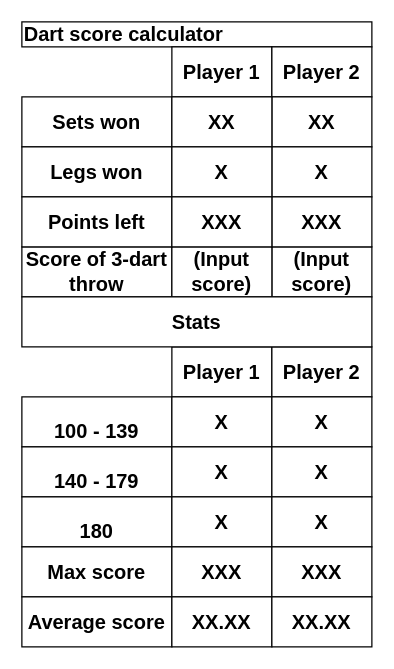
This is schemes/score_calculator_GUI_sketch.drawio from KostasEreksonas/Dart_scoreboard, a draw.io file, before an edit. Source tidied: cells renumbered, new cells numbered last; positions are measured from the earlier drawing's top-left corner, leaving out a move shared by most shapes. Both pictures are drawn from the tidied source at 125%, with x=0, y=0 at pixel (21, 21).
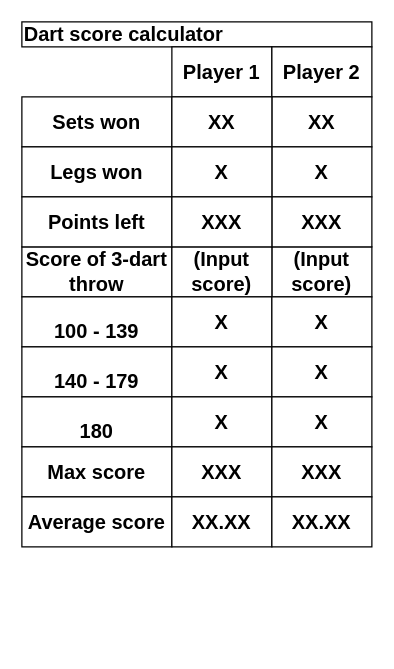
The same diagram, later.

Commit message:
Updated sketch of a scoreboard's GUI and uploaded a drawio file

Diff of the diagram source:
```diff
@@
-    <mxCell id="17" value="&lt;b&gt;&lt;font style=&quot;font-size: 16px&quot;&gt;Player 1&lt;/font&gt;&lt;/b&gt;" style="rounded=0;whiteSpace=wrap;html=1;" parent="1" vertex="1">
-      <mxGeometry x="120" y="260" width="80" height="40" as="geometry" />
-    </mxCell>
-    <mxCell id="18" value="&lt;b&gt;&lt;font style=&quot;font-size: 16px&quot;&gt;Player 2&lt;br&gt;&lt;/font&gt;&lt;/b&gt;" style="rounded=0;whiteSpace=wrap;html=1;" parent="1" vertex="1">
-      <mxGeometry x="200" y="260" width="80" height="40" as="geometry" />
-    </mxCell>
     <mxCell id="19" value="&lt;br&gt;&lt;b&gt;&lt;font style=&quot;font-size: 16px&quot;&gt;100 - 139&lt;br&gt;&lt;/font&gt;&lt;/b&gt;" style="rounded=0;whiteSpace=wrap;html=1;" parent="1" vertex="1">
-      <mxGeometry y="300" width="120" height="40" as="geometry" />
+      <mxGeometry y="220" width="120" height="40" as="geometry" />
     </mxCell>
     <mxCell id="20" value="&lt;br&gt;&lt;b&gt;&lt;font style=&quot;font-size: 16px&quot;&gt;140 - 179&lt;br&gt;&lt;/font&gt;&lt;/b&gt;" style="rounded=0;whiteSpace=wrap;html=1;" parent="1" vertex="1">
-      <mxGeometry y="340" width="120" height="40" as="geometry" />
+      <mxGeometry y="260" width="120" height="40" as="geometry" />
     </mxCell>
     <mxCell id="21" value="&lt;br&gt;&lt;b&gt;&lt;font style=&quot;font-size: 16px&quot;&gt;180&lt;/font&gt;&lt;/b&gt;" style="rounded=0;whiteSpace=wrap;html=1;" parent="1" vertex="1">
-      <mxGeometry y="380" width="120" height="40" as="geometry" />
+      <mxGeometry y="300" width="120" height="40" as="geometry" />
     </mxCell>
     <mxCell id="22" value="&lt;font style=&quot;font-size: 16px&quot;&gt;&lt;b&gt;X&lt;/b&gt;&lt;/font&gt;" style="rounded=0;whiteSpace=wrap;html=1;" parent="1" vertex="1">
-      <mxGeometry x="120" y="300" width="80" height="40" as="geometry" />
+      <mxGeometry x="120" y="220" width="80" height="40" as="geometry" />
     </mxCell>
     <mxCell id="23" value="&lt;font style=&quot;font-size: 16px&quot;&gt;&lt;b&gt;X&lt;/b&gt;&lt;/font&gt;" style="rounded=0;whiteSpace=wrap;html=1;" parent="1" vertex="1">
-      <mxGeometry x="200" y="300" width="80" height="40" as="geometry" />
+      <mxGeometry x="200" y="220" width="80" height="40" as="geometry" />
     </mxCell>
     <mxCell id="24" value="&lt;font style=&quot;font-size: 16px&quot;&gt;&lt;b&gt;X&lt;/b&gt;&lt;/font&gt;" style="rounded=0;whiteSpace=wrap;html=1;" parent="1" vertex="1">
-      <mxGeometry x="120" y="340" width="80" height="40" as="geometry" />
+      <mxGeometry x="120" y="260" width="80" height="40" as="geometry" />
     </mxCell>
     <mxCell id="25" value="&lt;font style=&quot;font-size: 16px&quot;&gt;&lt;b&gt;X&lt;/b&gt;&lt;/font&gt;" style="rounded=0;whiteSpace=wrap;html=1;" parent="1" vertex="1">
-      <mxGeometry x="200" y="340" width="80" height="40" as="geometry" />
+      <mxGeometry x="200" y="260" width="80" height="40" as="geometry" />
     </mxCell>
     <mxCell id="26" value="&lt;font style=&quot;font-size: 16px&quot;&gt;&lt;b&gt;X&lt;/b&gt;&lt;/font&gt;" style="rounded=0;whiteSpace=wrap;html=1;" parent="1" vertex="1">
-      <mxGeometry x="120" y="380" width="80" height="40" as="geometry" />
+      <mxGeometry x="120" y="300" width="80" height="40" as="geometry" />
     </mxCell>
     <mxCell id="27" value="&lt;font style=&quot;font-size: 16px&quot;&gt;&lt;b&gt;X&lt;/b&gt;&lt;/font&gt;" style="rounded=0;whiteSpace=wrap;html=1;" parent="1" vertex="1">
-      <mxGeometry x="200" y="380" width="80" height="40" as="geometry" />
+      <mxGeometry x="200" y="300" width="80" height="40" as="geometry" />
     </mxCell>
-    <mxCell id="28" value="&lt;font style=&quot;font-size: 16px&quot;&gt;&lt;b&gt;Stats&lt;/b&gt;&lt;/font&gt;" style="rounded=0;whiteSpace=wrap;html=1;" parent="1" vertex="1">
-      <mxGeometry y="220" width="280" height="40" as="geometry" />
-    </mxCell>
     <mxCell id="29" value="&lt;font style=&quot;font-size: 16px&quot;&gt;&lt;b&gt;Max score&lt;br&gt;&lt;/b&gt;&lt;/font&gt;" style="rounded=0;whiteSpace=wrap;html=1;" parent="1" vertex="1">
-      <mxGeometry y="420" width="120" height="40" as="geometry" />
+      <mxGeometry y="340" width="120" height="40" as="geometry" />
     </mxCell>
     <mxCell id="30" value="&lt;font style=&quot;font-size: 16px&quot;&gt;&lt;b&gt;Average score&lt;br&gt;&lt;/b&gt;&lt;/font&gt;" style="rounded=0;whiteSpace=wrap;html=1;" parent="1" vertex="1">
-      <mxGeometry y="460" width="120" height="40" as="geometry" />
+      <mxGeometry y="380" width="120" height="40" as="geometry" />
     </mxCell>
     <mxCell id="31" value="&lt;font style=&quot;font-size: 16px&quot;&gt;&lt;b&gt;X&lt;/b&gt;&lt;/font&gt;&lt;font size=&quot;1&quot;&gt;&lt;b style=&quot;font-size: 16px&quot;&gt;XX&lt;/b&gt;&lt;/font&gt;" style="rounded=0;whiteSpace=wrap;html=1;" parent="1" vertex="1">
-      <mxGeometry x="120" y="420" width="80" height="40" as="geometry" />
+      <mxGeometry x="120" y="340" width="80" height="40" as="geometry" />
     </mxCell>
     <mxCell id="32" value="&lt;font style=&quot;font-size: 16px&quot;&gt;&lt;b&gt;X&lt;/b&gt;&lt;/font&gt;&lt;font size=&quot;1&quot;&gt;&lt;b style=&quot;font-size: 16px&quot;&gt;XX&lt;/b&gt;&lt;/font&gt;" style="rounded=0;whiteSpace=wrap;html=1;" parent="1" vertex="1">
-      <mxGeometry x="200" y="420" width="80" height="40" as="geometry" />
+      <mxGeometry x="200" y="340" width="80" height="40" as="geometry" />
     </mxCell>
     <mxCell id="33" value="&lt;font style=&quot;font-size: 16px&quot;&gt;&lt;b&gt;XX.XX&lt;/b&gt;&lt;/font&gt;" style="rounded=0;whiteSpace=wrap;html=1;" parent="1" vertex="1">
-      <mxGeometry x="120" y="460" width="80" height="40" as="geometry" />
+      <mxGeometry x="120" y="380" width="80" height="40" as="geometry" />
     </mxCell>
     <mxCell id="34" value="&lt;font style=&quot;font-size: 16px&quot;&gt;&lt;b&gt;XX.XX&lt;/b&gt;&lt;/font&gt;" style="rounded=0;whiteSpace=wrap;html=1;" parent="1" vertex="1">
-      <mxGeometry x="200" y="460" width="80" height="40" as="geometry" />
+      <mxGeometry x="200" y="380" width="80" height="40" as="geometry" />
     </mxCell>
```
